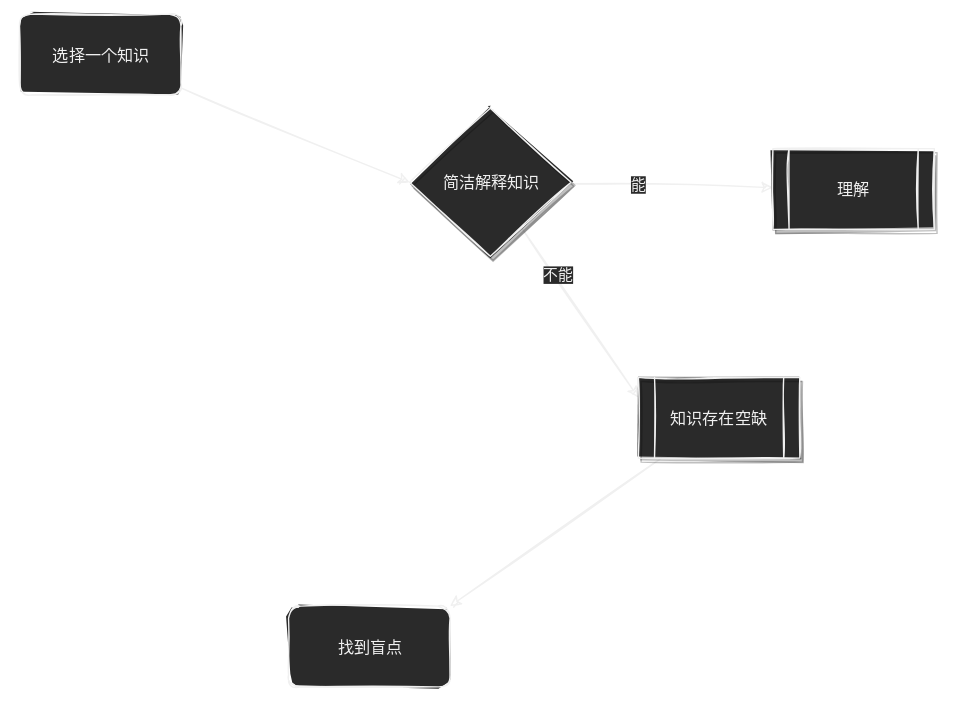
The draw.io diagram 笔记/学习方法/概念/Untitled Diagram.svg in Echo-Yanglulu/obsidianPrivateNote, before a commit. Source tidied: cells renumbered, new cells last; positions are measured from the earlier drawing's top-left corner, leaving out a move shared by most shapes.
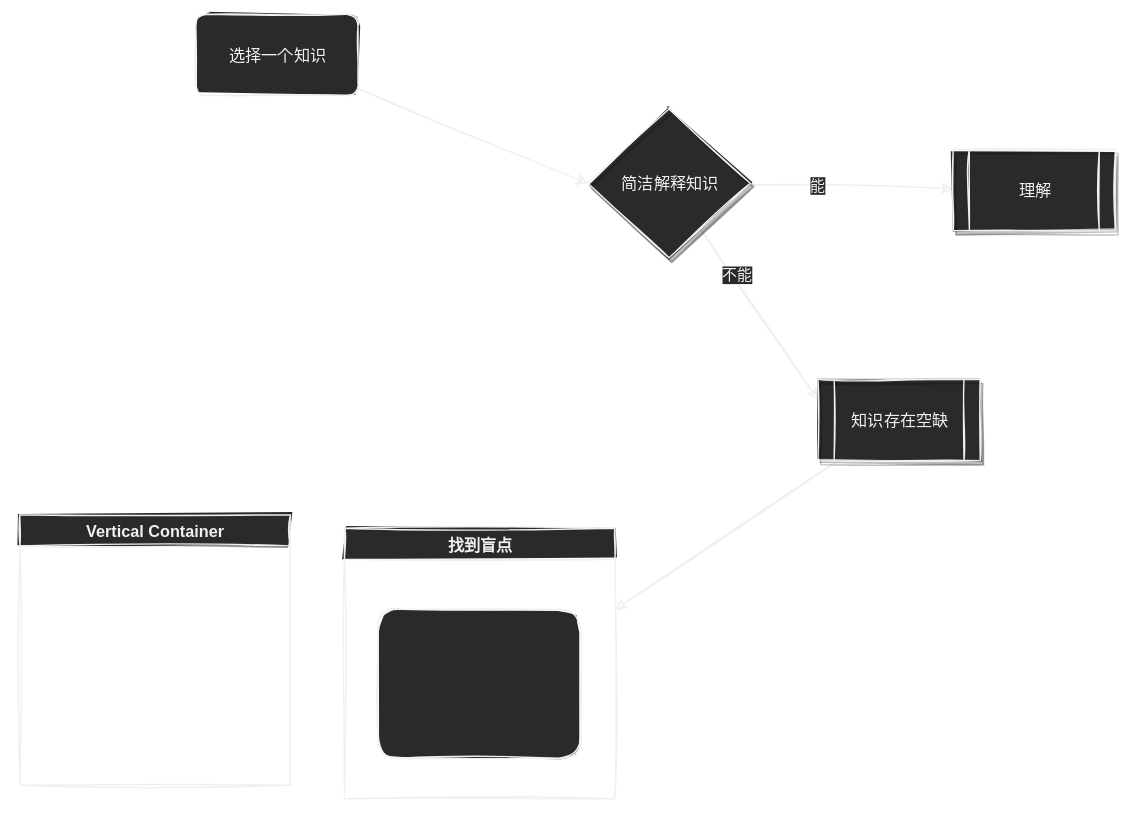
After the change.

What changed in the source:
```diff
@@ -20,8 +20,10 @@
     <mxCell id="7" value="理解" style="shape=process;whiteSpace=wrap;html=1;backgroundOutline=1;shadow=1;" parent="1" vertex="1">
       <mxGeometry x="560" y="100" width="120" height="60" as="geometry" />
     </mxCell>
-    <mxCell id="8" style="edgeStyle=none;html=1;entryX=1;entryY=0;entryDx=0;entryDy=0;" parent="1" edge="1" source="9" target="12">
-      <mxGeometry relative="1" as="geometry" />
+    <mxCell id="8" style="edgeStyle=none;html=1;" parent="1" edge="1" source="9">
+      <mxGeometry relative="1" as="geometry">
+        <mxPoint x="310" y="440" as="targetPoint" />
+      </mxGeometry>
     </mxCell>
     <mxCell id="9" value="知识存在空缺" style="shape=process;whiteSpace=wrap;html=1;backgroundOutline=1;shadow=1;" parent="1" vertex="1">
       <mxGeometry x="460" y="270" width="120" height="60" as="geometry" />
@@ -32,8 +34,14 @@
     <mxCell id="11" value="选择一个知识" style="rounded=1;whiteSpace=wrap;html=1;" parent="1" vertex="1">
       <mxGeometry width="120" height="60" as="geometry" />
     </mxCell>
+    <mxCell id="13" value="Vertical Container" style="swimlane;" parent="1" vertex="1">
+      <mxGeometry x="-130" y="370" width="200" height="200" as="geometry" />
+    </mxCell>
-    <mxCell id="12" value="找到盲点" style="rounded=1;whiteSpace=wrap;html=1;" parent="1" vertex="1">
-      <mxGeometry x="200" y="440" width="120" height="60" as="geometry" />
+    <mxCell id="12" value="找到盲点" style="swimlane;" parent="1" vertex="1">
+      <mxGeometry x="110" y="380" width="200" height="200" as="geometry" />
     </mxCell>
+    <mxCell id="14" style="rounded=1;whiteSpace=wrap;html=1;" parent="12" vertex="1">
+      <mxGeometry x="25" y="60" width="150" height="110" as="geometry" />
+    </mxCell>
   </root>
 </mxGraphModel>
```
